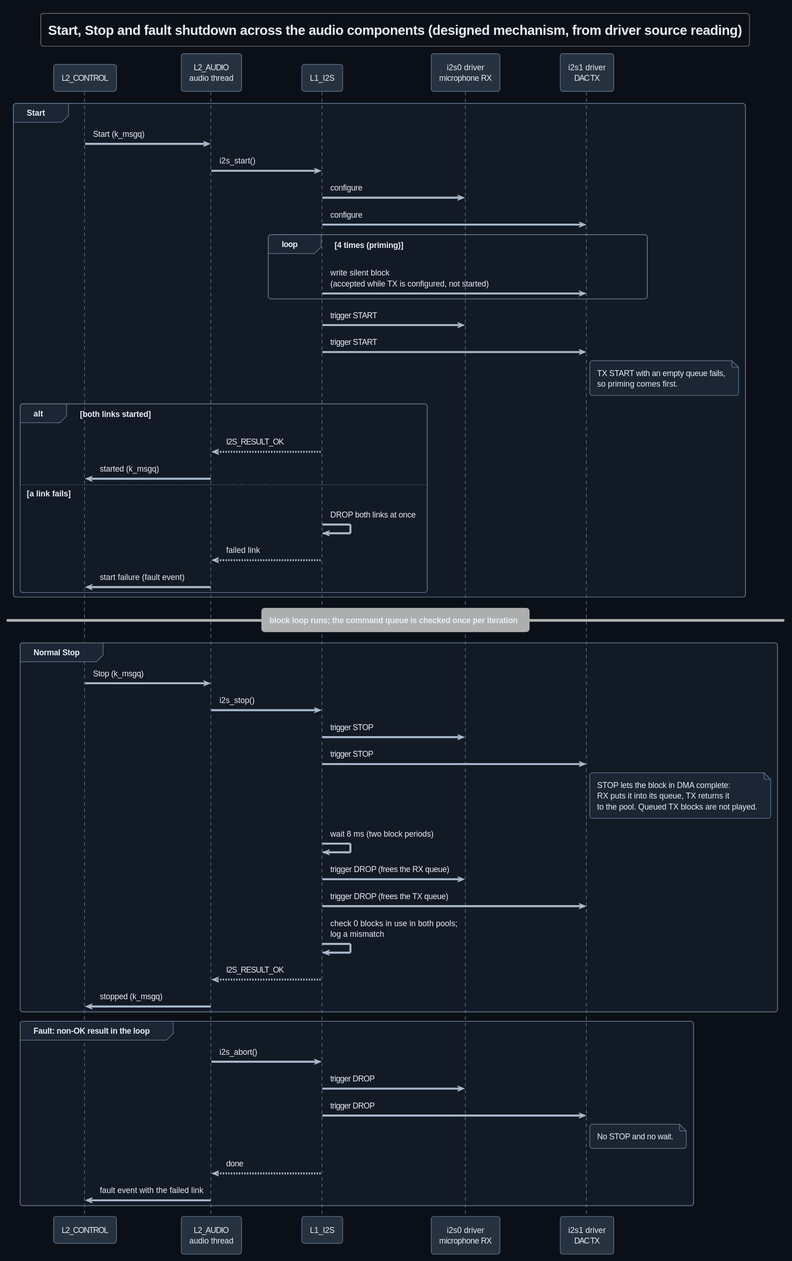
DemonicPsychoII/DigitalStethoscope keeps this PlantUML diagram as Development/system/design/AUDIO/rendered/start_stop_sequence.svg. Above is the earlier version.
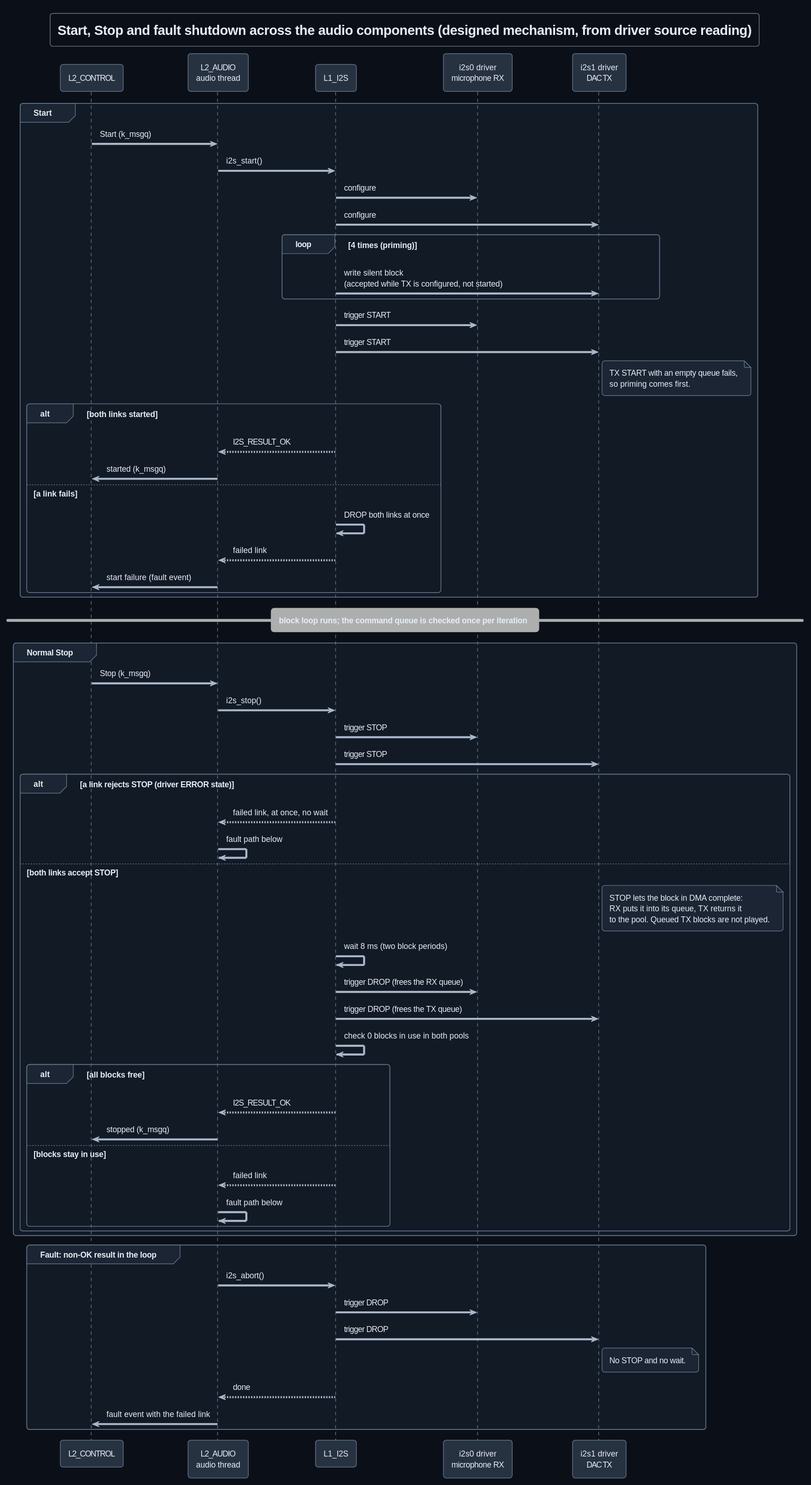
Above is the later version.

Commit message:
TICKET-185: documentation: route a rejected or incomplete Stop to the audio fault path and test boot failures that the controllers can report

Diff of the diagram source:
```diff
@@ -60,17 +60,27 @@
   audio -> transport : i2s_stop()
   transport -> receiveDriver : trigger STOP
   transport -> transmitDriver : trigger STOP
-  note right of transmitDriver
-    STOP lets the block in DMA complete:
-    RX puts it into its queue, TX returns it
-    to the pool. Queued TX blocks are not played.
-  end note
-  transport -> transport : wait 8 ms (two block periods)
-  transport -> receiveDriver : trigger DROP (frees the RX queue)
-  transport -> transmitDriver : trigger DROP (frees the TX queue)
-  transport -> transport : check 0 blocks in use in both pools;\nlog a mismatch
-  transport --> audio : I2S_RESULT_OK
-  audio -> control : stopped (k_msgq)
+  alt a link rejects STOP (driver ERROR state)
+    transport --> audio : failed link, at once, no wait
+    audio -> audio : fault path below
+  else both links accept STOP
+    note right of transmitDriver
+      STOP lets the block in DMA complete:
+      RX puts it into its queue, TX returns it
+      to the pool. Queued TX blocks are not played.
+    end note
+    transport -> transport : wait 8 ms (two block periods)
+    transport -> receiveDriver : trigger DROP (frees the RX queue)
+    transport -> transmitDriver : trigger DROP (frees the TX queue)
+    transport -> transport : check 0 blocks in use in both pools
+    alt all blocks free
+      transport --> audio : I2S_RESULT_OK
+      audio -> control : stopped (k_msgq)
+    else blocks stay in use
+      transport --> audio : failed link
+      audio -> audio : fault path below
+    end
+  end
 end
 
 group Fault: non-OK result in the loop
```
